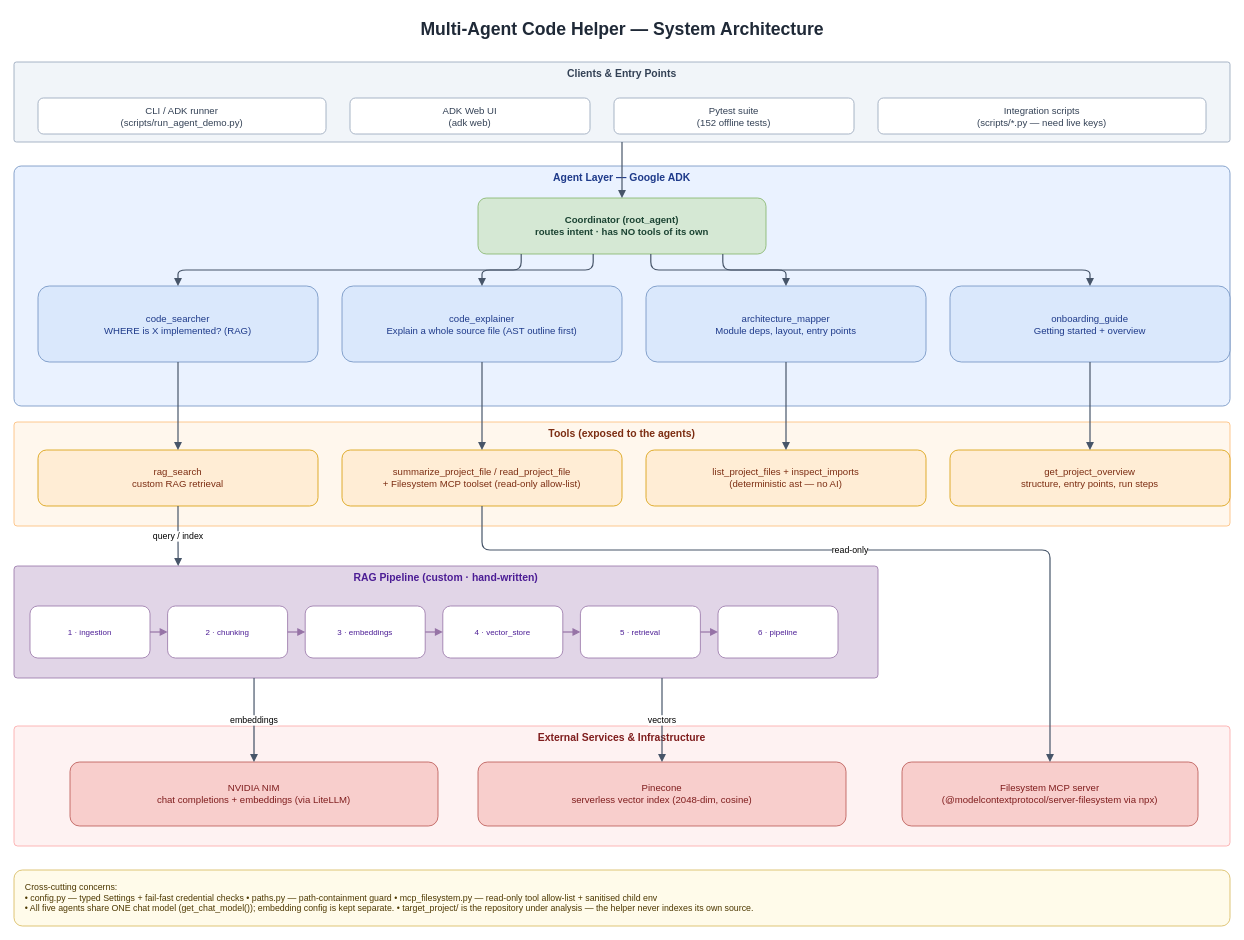
pratikugale959-coder/multi_agent keeps this draw.io diagram as docs/architecture.drawio. Above is the earlier version. Source tidied: cells renumbered, new cells numbered last; positions are measured from the earlier drawing's top-left corner, leaving out a move shared by most shapes. Both pictures are drawn from the tidied source at 80%, with x=0, y=0 at pixel (14, 14).
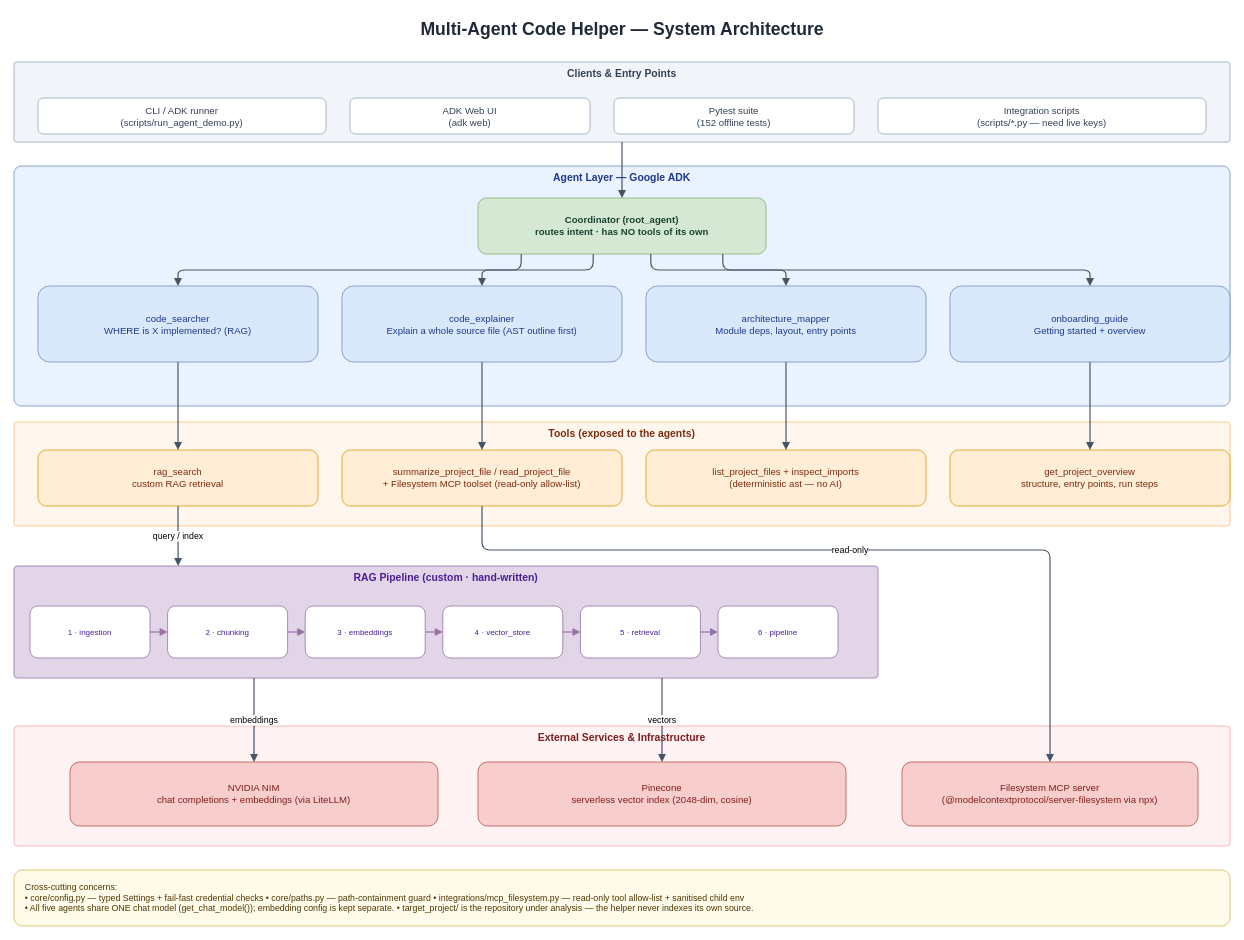
Above is the later version.

Change to the diagram source:
```diff
@@
-    <mxCell id="8" value="Cross-cutting concerns:&#10;• config.py — typed Settings + fail-fast credential checks    • paths.py — path-containment guard    • mcp_filesystem.py — read-only tool allow-list + sanitised child env&#10;• All five agents share ONE chat model (get_chat_model()); embedding config is kept separate.    • target_project/ is the repository under analysis — the helper never indexes its own source." style="rounded=1;whiteSpace=wrap;html=1;fillColor=#FFFBEA;strokeColor=#D6B656;align=left;verticalAlign=middle;spacingLeft=12;spacingRight=12;fontSize=11;fontColor=#4D3800;" parent="1" vertex="1">
+    <mxCell id="8" value="Cross-cutting concerns:&#10;• core/config.py — typed Settings + fail-fast credential checks    • core/paths.py — path-containment guard    • integrations/mcp_filesystem.py — read-only tool allow-list + sanitised child env&#10;• All five agents share ONE chat model (get_chat_model()); embedding config is kept separate.    • target_project/ is the repository under analysis — the helper never indexes its own source." style="rounded=1;whiteSpace=wrap;html=1;fillColor=#FFFBEA;strokeColor=#D6B656;align=left;verticalAlign=middle;spacingLeft=12;spacingRight=12;fontSize=11;fontColor=#4D3800;" parent="1" vertex="1">
       <mxGeometry y="1070" width="1520" height="70" as="geometry" />
     </mxCell>
```
